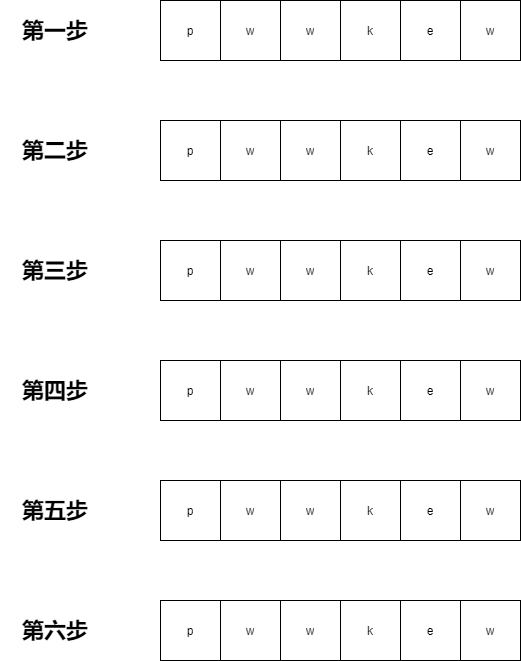
This is Untitled Diagram.png from DaMingYue/Test, a draw.io export, as it was before one commit. Source tidied: cells renumbered, new cells last; positions are measured from the earlier drawing's top-left corner, leaving out a move shared by most shapes. The source it was exported from:
```xml
<mxGraphModel>
  <root>
    <mxCell id="0" />
    <mxCell id="1" parent="0" />
    <mxCell id="2" style="shape=table;html=1;whiteSpace=wrap;startSize=0;" parent="1" vertex="1">
      <mxGeometry x="160" width="360" height="60" as="geometry" />
    </mxCell>
    <mxCell id="3" style="shape=partialRectangle;html=1;whiteSpace=wrap;fillColor=none;top=0;left=0;bottom=0;right=0;" parent="2" vertex="1">
      <mxGeometry width="360" height="60" as="geometry" />
    </mxCell>
    <mxCell id="4" value="p" style="shape=partialRectangle;html=1;whiteSpace=wrap;overflow=hidden;fillColor=none;top=0;left=0;bottom=0;right=0;" parent="3" vertex="1">
      <mxGeometry width="60" height="60" as="geometry" />
    </mxCell>
    <mxCell id="5" value="w" style="shape=partialRectangle;html=1;whiteSpace=wrap;overflow=hidden;fillColor=none;top=0;left=0;bottom=0;right=0;" parent="3" vertex="1">
      <mxGeometry x="60" width="60" height="60" as="geometry" />
    </mxCell>
    <mxCell id="6" value="w" style="shape=partialRectangle;html=1;whiteSpace=wrap;overflow=hidden;fillColor=none;top=0;left=0;bottom=0;right=0;" parent="3" vertex="1">
      <mxGeometry x="120" width="60" height="60" as="geometry" />
    </mxCell>
    <mxCell id="7" value="k" style="shape=partialRectangle;html=1;whiteSpace=wrap;overflow=hidden;fillColor=none;top=0;left=0;bottom=0;right=0;" parent="3" vertex="1">
      <mxGeometry x="180" width="60" height="60" as="geometry" />
    </mxCell>
    <mxCell id="8" value="e" style="shape=partialRectangle;html=1;whiteSpace=wrap;overflow=hidden;fillColor=none;top=0;left=0;bottom=0;right=0;" parent="3" vertex="1">
      <mxGeometry x="240" width="60" height="60" as="geometry" />
    </mxCell>
    <mxCell id="9" value="w" style="shape=partialRectangle;html=1;whiteSpace=wrap;overflow=hidden;fillColor=none;top=0;left=0;bottom=0;right=0;" parent="3" vertex="1">
      <mxGeometry x="300" width="60" height="60" as="geometry" />
    </mxCell>
    <mxCell id="10" style="shape=table;html=1;whiteSpace=wrap;startSize=0;" parent="1" vertex="1">
      <mxGeometry x="160" y="120" width="360" height="60" as="geometry" />
    </mxCell>
    <mxCell id="11" style="shape=partialRectangle;html=1;whiteSpace=wrap;fillColor=none;top=0;left=0;bottom=0;right=0;" parent="10" vertex="1">
      <mxGeometry width="360" height="60" as="geometry" />
    </mxCell>
    <mxCell id="12" value="p" style="shape=partialRectangle;html=1;whiteSpace=wrap;overflow=hidden;fillColor=none;top=0;left=0;bottom=0;right=0;" parent="11" vertex="1">
      <mxGeometry width="60" height="60" as="geometry" />
    </mxCell>
    <mxCell id="13" value="w" style="shape=partialRectangle;html=1;whiteSpace=wrap;overflow=hidden;fillColor=none;top=0;left=0;bottom=0;right=0;" parent="11" vertex="1">
      <mxGeometry x="60" width="60" height="60" as="geometry" />
    </mxCell>
    <mxCell id="14" value="w" style="shape=partialRectangle;html=1;whiteSpace=wrap;overflow=hidden;fillColor=none;top=0;left=0;bottom=0;right=0;" parent="11" vertex="1">
      <mxGeometry x="120" width="60" height="60" as="geometry" />
    </mxCell>
    <mxCell id="15" value="k" style="shape=partialRectangle;html=1;whiteSpace=wrap;overflow=hidden;fillColor=none;top=0;left=0;bottom=0;right=0;" parent="11" vertex="1">
      <mxGeometry x="180" width="60" height="60" as="geometry" />
    </mxCell>
    <mxCell id="16" value="e" style="shape=partialRectangle;html=1;whiteSpace=wrap;overflow=hidden;fillColor=none;top=0;left=0;bottom=0;right=0;" parent="11" vertex="1">
      <mxGeometry x="240" width="60" height="60" as="geometry" />
    </mxCell>
    <mxCell id="17" value="w" style="shape=partialRectangle;html=1;whiteSpace=wrap;overflow=hidden;fillColor=none;top=0;left=0;bottom=0;right=0;" parent="11" vertex="1">
      <mxGeometry x="300" width="60" height="60" as="geometry" />
    </mxCell>
    <mxCell id="18" style="shape=table;html=1;whiteSpace=wrap;startSize=0;" parent="1" vertex="1">
      <mxGeometry x="160" y="240" width="360" height="60" as="geometry" />
    </mxCell>
    <mxCell id="19" style="shape=partialRectangle;html=1;whiteSpace=wrap;fillColor=none;top=0;left=0;bottom=0;right=0;" parent="18" vertex="1">
      <mxGeometry width="360" height="60" as="geometry" />
    </mxCell>
    <mxCell id="20" value="p" style="shape=partialRectangle;html=1;whiteSpace=wrap;overflow=hidden;fillColor=none;top=0;left=0;bottom=0;right=0;" parent="19" vertex="1">
      <mxGeometry width="60" height="60" as="geometry" />
    </mxCell>
    <mxCell id="21" value="w" style="shape=partialRectangle;html=1;whiteSpace=wrap;overflow=hidden;fillColor=none;top=0;left=0;bottom=0;right=0;" parent="19" vertex="1">
      <mxGeometry x="60" width="60" height="60" as="geometry" />
    </mxCell>
    <mxCell id="22" value="w" style="shape=partialRectangle;html=1;whiteSpace=wrap;overflow=hidden;fillColor=none;top=0;left=0;bottom=0;right=0;" parent="19" vertex="1">
      <mxGeometry x="120" width="60" height="60" as="geometry" />
    </mxCell>
    <mxCell id="23" value="k" style="shape=partialRectangle;html=1;whiteSpace=wrap;overflow=hidden;fillColor=none;top=0;left=0;bottom=0;right=0;" parent="19" vertex="1">
      <mxGeometry x="180" width="60" height="60" as="geometry" />
    </mxCell>
    <mxCell id="24" value="e" style="shape=partialRectangle;html=1;whiteSpace=wrap;overflow=hidden;fillColor=none;top=0;left=0;bottom=0;right=0;" parent="19" vertex="1">
      <mxGeometry x="240" width="60" height="60" as="geometry" />
    </mxCell>
    <mxCell id="25" value="w" style="shape=partialRectangle;html=1;whiteSpace=wrap;overflow=hidden;fillColor=none;top=0;left=0;bottom=0;right=0;" parent="19" vertex="1">
      <mxGeometry x="300" width="60" height="60" as="geometry" />
    </mxCell>
    <mxCell id="26" style="shape=table;html=1;whiteSpace=wrap;startSize=0;" parent="1" vertex="1">
      <mxGeometry x="160" y="360" width="360" height="60" as="geometry" />
    </mxCell>
    <mxCell id="27" style="shape=partialRectangle;html=1;whiteSpace=wrap;fillColor=none;top=0;left=0;bottom=0;right=0;" parent="26" vertex="1">
      <mxGeometry width="360" height="60" as="geometry" />
    </mxCell>
    <mxCell id="28" value="p" style="shape=partialRectangle;html=1;whiteSpace=wrap;overflow=hidden;fillColor=none;top=0;left=0;bottom=0;right=0;" parent="27" vertex="1">
      <mxGeometry width="60" height="60" as="geometry" />
    </mxCell>
    <mxCell id="29" value="w" style="shape=partialRectangle;html=1;whiteSpace=wrap;overflow=hidden;fillColor=none;top=0;left=0;bottom=0;right=0;" parent="27" vertex="1">
      <mxGeometry x="60" width="60" height="60" as="geometry" />
    </mxCell>
    <mxCell id="30" value="w" style="shape=partialRectangle;html=1;whiteSpace=wrap;overflow=hidden;fillColor=none;top=0;left=0;bottom=0;right=0;" parent="27" vertex="1">
      <mxGeometry x="120" width="60" height="60" as="geometry" />
    </mxCell>
    <mxCell id="31" value="k" style="shape=partialRectangle;html=1;whiteSpace=wrap;overflow=hidden;fillColor=none;top=0;left=0;bottom=0;right=0;" parent="27" vertex="1">
      <mxGeometry x="180" width="60" height="60" as="geometry" />
    </mxCell>
    <mxCell id="32" value="e" style="shape=partialRectangle;html=1;whiteSpace=wrap;overflow=hidden;fillColor=none;top=0;left=0;bottom=0;right=0;" parent="27" vertex="1">
      <mxGeometry x="240" width="60" height="60" as="geometry" />
    </mxCell>
    <mxCell id="33" value="w" style="shape=partialRectangle;html=1;whiteSpace=wrap;overflow=hidden;fillColor=none;top=0;left=0;bottom=0;right=0;" parent="27" vertex="1">
      <mxGeometry x="300" width="60" height="60" as="geometry" />
    </mxCell>
    <mxCell id="34" style="shape=table;html=1;whiteSpace=wrap;startSize=0;" parent="1" vertex="1">
      <mxGeometry x="160" y="480" width="360" height="60" as="geometry" />
    </mxCell>
    <mxCell id="35" style="shape=partialRectangle;html=1;whiteSpace=wrap;fillColor=none;top=0;left=0;bottom=0;right=0;" parent="34" vertex="1">
      <mxGeometry width="360" height="60" as="geometry" />
    </mxCell>
    <mxCell id="36" value="p" style="shape=partialRectangle;html=1;whiteSpace=wrap;overflow=hidden;fillColor=none;top=0;left=0;bottom=0;right=0;" parent="35" vertex="1">
      <mxGeometry width="60" height="60" as="geometry" />
    </mxCell>
    <mxCell id="37" value="w" style="shape=partialRectangle;html=1;whiteSpace=wrap;overflow=hidden;fillColor=none;top=0;left=0;bottom=0;right=0;" parent="35" vertex="1">
      <mxGeometry x="60" width="60" height="60" as="geometry" />
    </mxCell>
    <mxCell id="38" value="w" style="shape=partialRectangle;html=1;whiteSpace=wrap;overflow=hidden;fillColor=none;top=0;left=0;bottom=0;right=0;" parent="35" vertex="1">
      <mxGeometry x="120" width="60" height="60" as="geometry" />
    </mxCell>
    <mxCell id="39" value="k" style="shape=partialRectangle;html=1;whiteSpace=wrap;overflow=hidden;fillColor=none;top=0;left=0;bottom=0;right=0;" parent="35" vertex="1">
      <mxGeometry x="180" width="60" height="60" as="geometry" />
    </mxCell>
    <mxCell id="40" value="e" style="shape=partialRectangle;html=1;whiteSpace=wrap;overflow=hidden;fillColor=none;top=0;left=0;bottom=0;right=0;" parent="35" vertex="1">
      <mxGeometry x="240" width="60" height="60" as="geometry" />
    </mxCell>
    <mxCell id="41" value="w" style="shape=partialRectangle;html=1;whiteSpace=wrap;overflow=hidden;fillColor=none;top=0;left=0;bottom=0;right=0;" parent="35" vertex="1">
      <mxGeometry x="300" width="60" height="60" as="geometry" />
    </mxCell>
    <mxCell id="42" style="shape=table;html=1;whiteSpace=wrap;startSize=0;" parent="1" vertex="1">
      <mxGeometry x="160" y="600" width="360" height="60" as="geometry" />
    </mxCell>
    <mxCell id="43" style="shape=partialRectangle;html=1;whiteSpace=wrap;fillColor=none;top=0;left=0;bottom=0;right=0;" parent="42" vertex="1">
      <mxGeometry width="360" height="60" as="geometry" />
    </mxCell>
    <mxCell id="44" value="p" style="shape=partialRectangle;html=1;whiteSpace=wrap;overflow=hidden;fillColor=none;top=0;left=0;bottom=0;right=0;" parent="43" vertex="1">
      <mxGeometry width="60" height="60" as="geometry" />
    </mxCell>
    <mxCell id="45" value="w" style="shape=partialRectangle;html=1;whiteSpace=wrap;overflow=hidden;fillColor=none;top=0;left=0;bottom=0;right=0;" parent="43" vertex="1">
      <mxGeometry x="60" width="60" height="60" as="geometry" />
    </mxCell>
    <mxCell id="46" value="w" style="shape=partialRectangle;html=1;whiteSpace=wrap;overflow=hidden;fillColor=none;top=0;left=0;bottom=0;right=0;" parent="43" vertex="1">
      <mxGeometry x="120" width="60" height="60" as="geometry" />
    </mxCell>
    <mxCell id="47" value="k" style="shape=partialRectangle;html=1;whiteSpace=wrap;overflow=hidden;fillColor=none;top=0;left=0;bottom=0;right=0;" parent="43" vertex="1">
      <mxGeometry x="180" width="60" height="60" as="geometry" />
    </mxCell>
    <mxCell id="48" value="e" style="shape=partialRectangle;html=1;whiteSpace=wrap;overflow=hidden;fillColor=none;top=0;left=0;bottom=0;right=0;" parent="43" vertex="1">
      <mxGeometry x="240" width="60" height="60" as="geometry" />
    </mxCell>
    <mxCell id="49" value="w" style="shape=partialRectangle;html=1;whiteSpace=wrap;overflow=hidden;fillColor=none;top=0;left=0;bottom=0;right=0;" parent="43" vertex="1">
      <mxGeometry x="300" width="60" height="60" as="geometry" />
    </mxCell>
    <mxCell id="50" value="第一步" style="text;html=1;align=center;verticalAlign=middle;whiteSpace=wrap;rounded=0;fontSize=22;fontStyle=1;" parent="1" vertex="1">
      <mxGeometry y="20" width="110" height="20" as="geometry" />
    </mxCell>
    <mxCell id="51" value="第二步" style="text;html=1;align=center;verticalAlign=middle;whiteSpace=wrap;rounded=0;fontSize=22;fontStyle=1;" parent="1" vertex="1">
      <mxGeometry y="140" width="110" height="20" as="geometry" />
    </mxCell>
    <mxCell id="52" value="第三步" style="text;html=1;align=center;verticalAlign=middle;whiteSpace=wrap;rounded=0;fontSize=22;fontStyle=1;" parent="1" vertex="1">
      <mxGeometry y="260" width="110" height="20" as="geometry" />
    </mxCell>
    <mxCell id="53" value="第四步" style="text;html=1;align=center;verticalAlign=middle;whiteSpace=wrap;rounded=0;fontSize=22;fontStyle=1;" parent="1" vertex="1">
      <mxGeometry y="380" width="110" height="20" as="geometry" />
    </mxCell>
    <mxCell id="54" value="第五步" style="text;html=1;align=center;verticalAlign=middle;whiteSpace=wrap;rounded=0;fontSize=22;fontStyle=1;" parent="1" vertex="1">
      <mxGeometry y="500" width="110" height="20" as="geometry" />
    </mxCell>
    <mxCell id="55" value="第六步" style="text;html=1;align=center;verticalAlign=middle;whiteSpace=wrap;rounded=0;fontSize=22;fontStyle=1;" parent="1" vertex="1">
      <mxGeometry y="620" width="110" height="20" as="geometry" />
    </mxCell>
  </root>
</mxGraphModel>
```
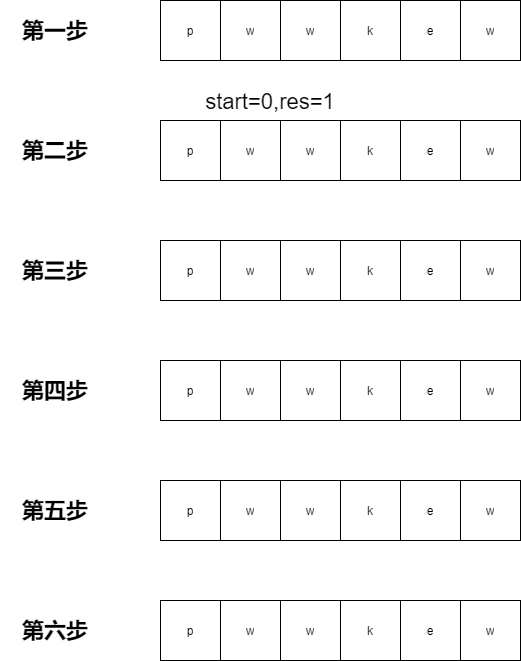
After the commit.

Change to the diagram source:
```diff
@@ -164,5 +164,8 @@
     <mxCell id="55" value="第六步" style="text;html=1;align=center;verticalAlign=middle;whiteSpace=wrap;rounded=0;fontSize=22;fontStyle=1;" parent="1" vertex="1">
       <mxGeometry y="620" width="110" height="20" as="geometry" />
     </mxCell>
+    <mxCell id="56" value="start=0,res=1" style="text;html=1;strokeColor=none;fillColor=none;align=center;verticalAlign=middle;whiteSpace=wrap;rounded=0;fontSize=22;fontColor=#000000;" parent="1" vertex="1">
+      <mxGeometry x="170" y="91" width="200" height="20" as="geometry" />
+    </mxCell>
   </root>
 </mxGraphModel>
```
